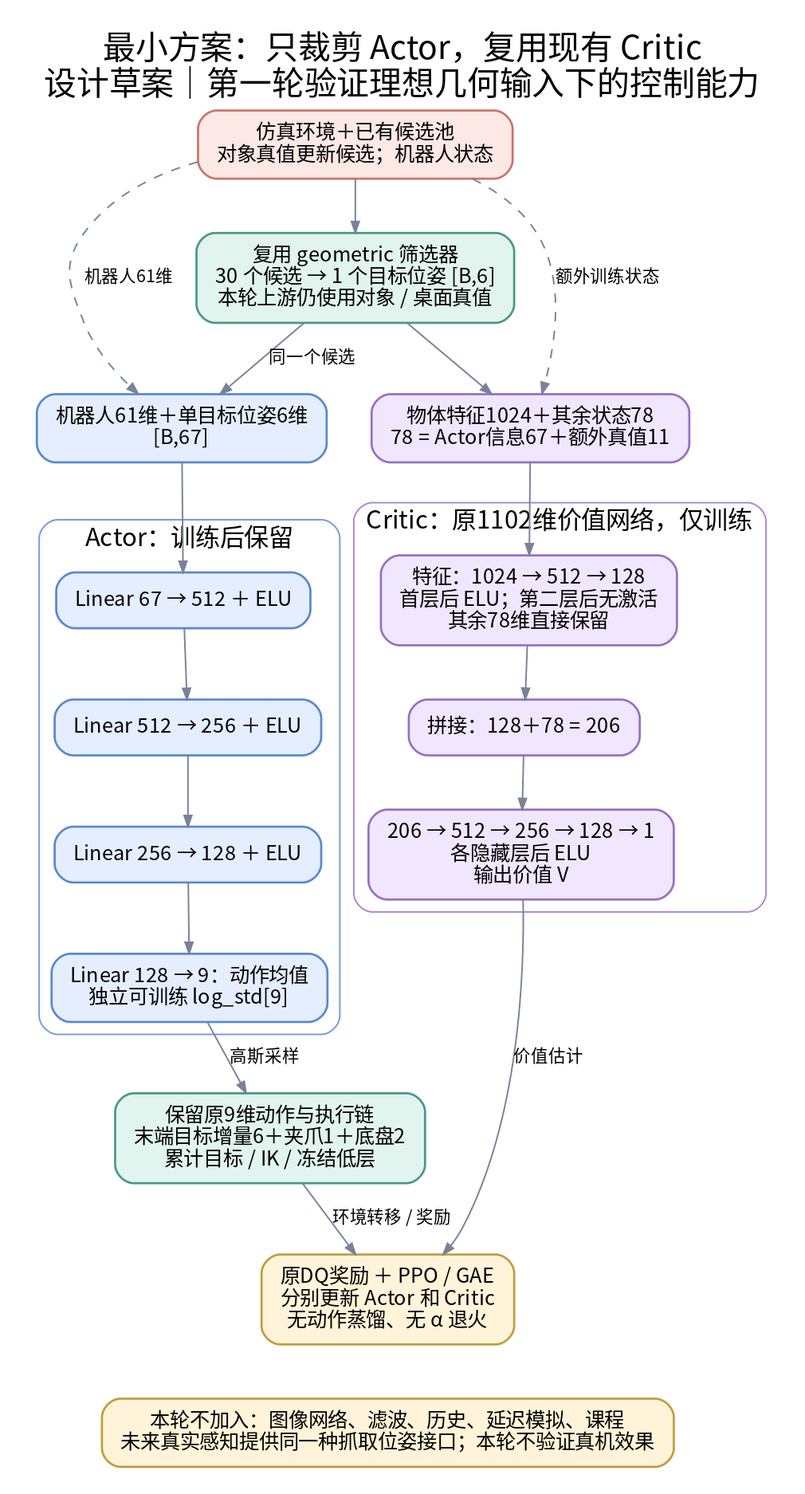
Before: doc/assets/dq_karl_minimal/architecture.png, a diagram exported from Graphviz (GaizhiYang/DQ_WBC). Its source is kept beside it as doc/assets/dq_karl_minimal/architecture.dot.
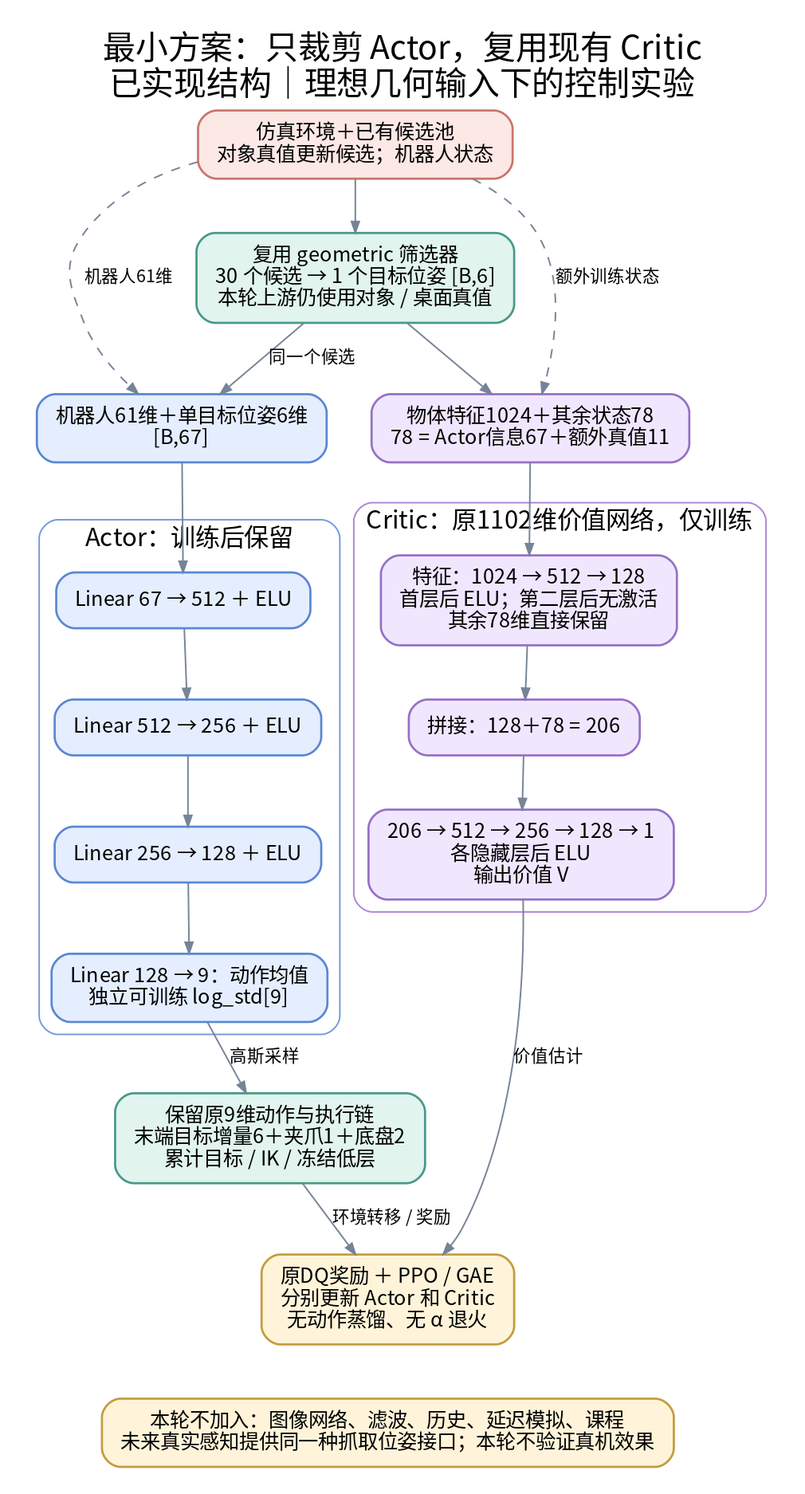
The same diagram one commit later.

What changed in the source:
```diff
@@ -1,5 +1,5 @@
 digraph Minimal {
-  graph [rankdir=TB, bgcolor="white", pad=0.24, nodesep=0.4, ranksep=0.46, fontname="Noto Sans CJK SC", fontsize=21, labelloc=t, label="最小方案：只裁剪 Actor，复用现有 Critic\n设计草案｜第一轮验证理想几何输入下的控制能力"];
+  graph [rankdir=TB, bgcolor="white", pad=0.24, nodesep=0.4, ranksep=0.46, fontname="Noto Sans CJK SC", fontsize=21, labelloc=t, label="最小方案：只裁剪 Actor，复用现有 Critic\n已实现结构｜理想几何输入下的控制实验"];
   node [shape=box, style="rounded,filled", fillcolor="#F0F3F7", color="#79869A", penwidth=1.4, fontname="Noto Sans CJK SC", fontsize=13, margin="0.16,0.11"];
   edge [color="#768398", arrowsize=0.72, fontname="Noto Sans CJK SC", fontsize=11];
   sim [label="仿真环境＋已有候选池\n对象真值更新候选；机器人状态", fillcolor="#FCE8E5", color="#C8756A"];
```
